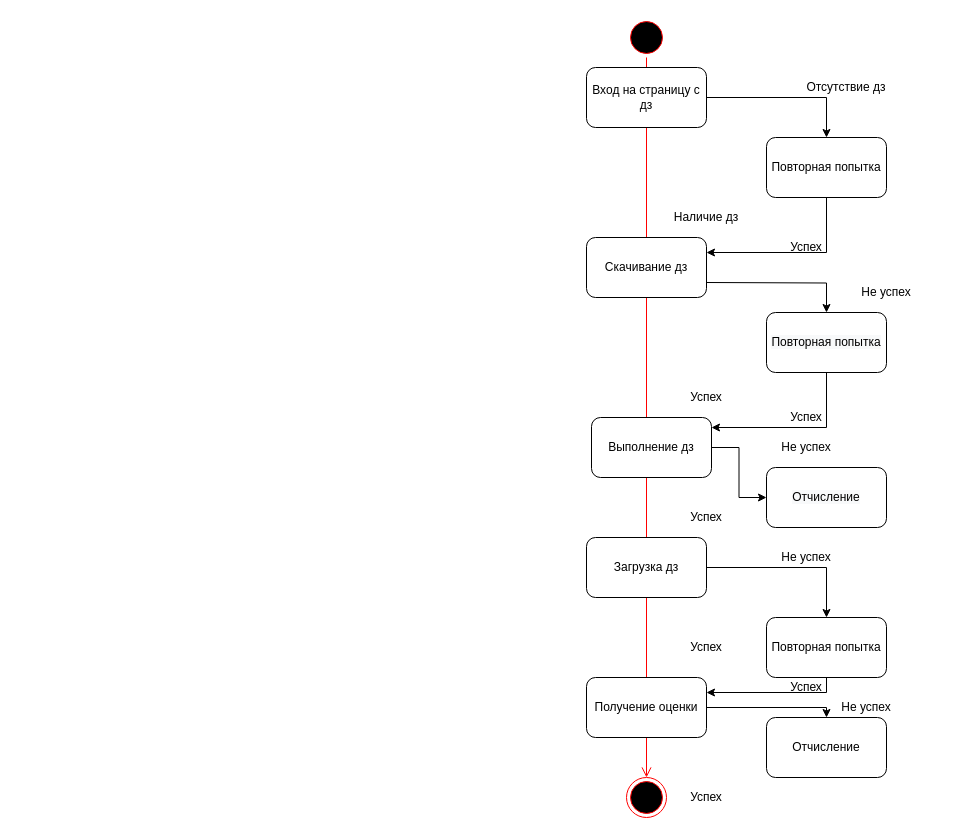
Above: state.drawio in Irresjeny/umltest1 (draw.io), before the change. Source tidied: cells renumbered, new cells numbered last; positions are measured from the earlier drawing's top-left corner, leaving out a move shared by most shapes. Both pictures are drawn from the tidied source at 100%, with x=0, y=0 at pixel (586, 17).
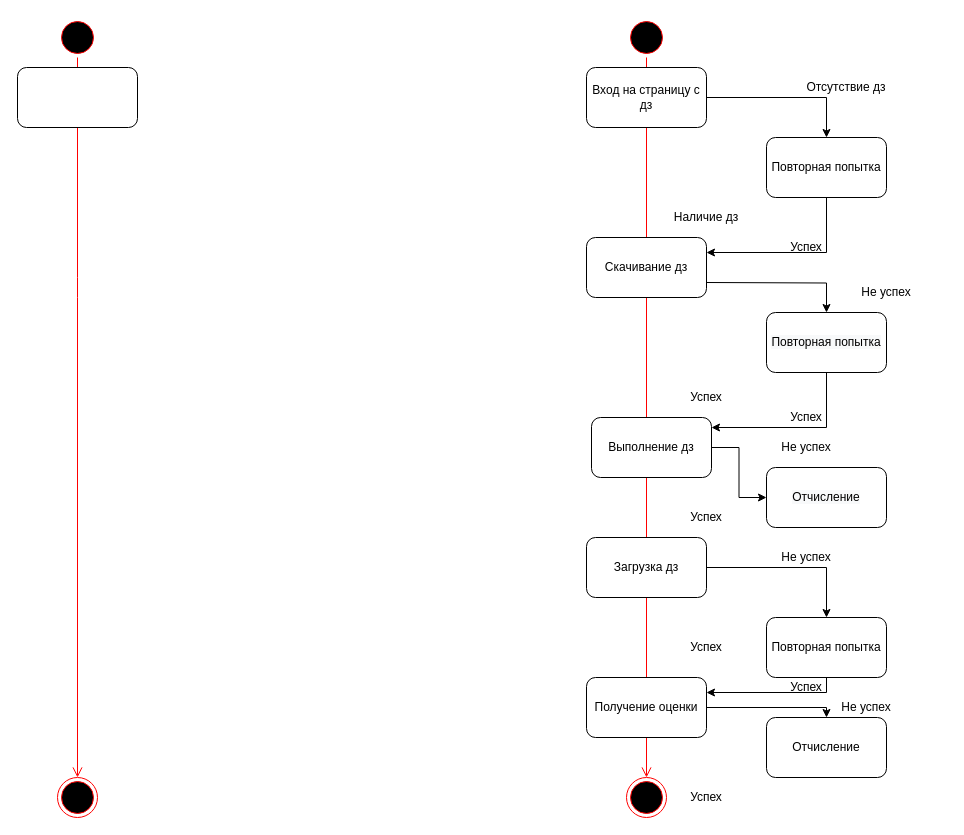
The same page after the edit.

What changed in the source:
```diff
@@
+    <mxCell id="36" style="ellipse;html=1;shape=startState;fillColor=#000000;strokeColor=#ff0000;" parent="1" vertex="1">
+      <mxGeometry x="-529" width="40" height="40" as="geometry" />
+    </mxCell>
+    <mxCell id="37" style="edgeStyle=orthogonalEdgeStyle;html=1;verticalAlign=bottom;endArrow=open;endSize=8;strokeColor=#ff0000;" parent="1" edge="1" source="36">
+      <mxGeometry relative="1" as="geometry">
+        <mxPoint x="-509" y="760" as="targetPoint" />
+        <Array as="points">
+          <mxPoint x="-509" y="270" />
+        </Array>
+      </mxGeometry>
+    </mxCell>
+    <mxCell id="38" style="ellipse;html=1;shape=endState;fillColor=#000000;strokeColor=#ff0000;" parent="1" vertex="1">
+      <mxGeometry x="-529" y="760" width="40" height="40" as="geometry" />
+    </mxCell>
+    <mxCell id="39" style="rounded=1;whiteSpace=wrap;html=1;" parent="1" vertex="1">
+      <mxGeometry x="-569" y="50" width="120" height="60" as="geometry" />
+    </mxCell>
```
